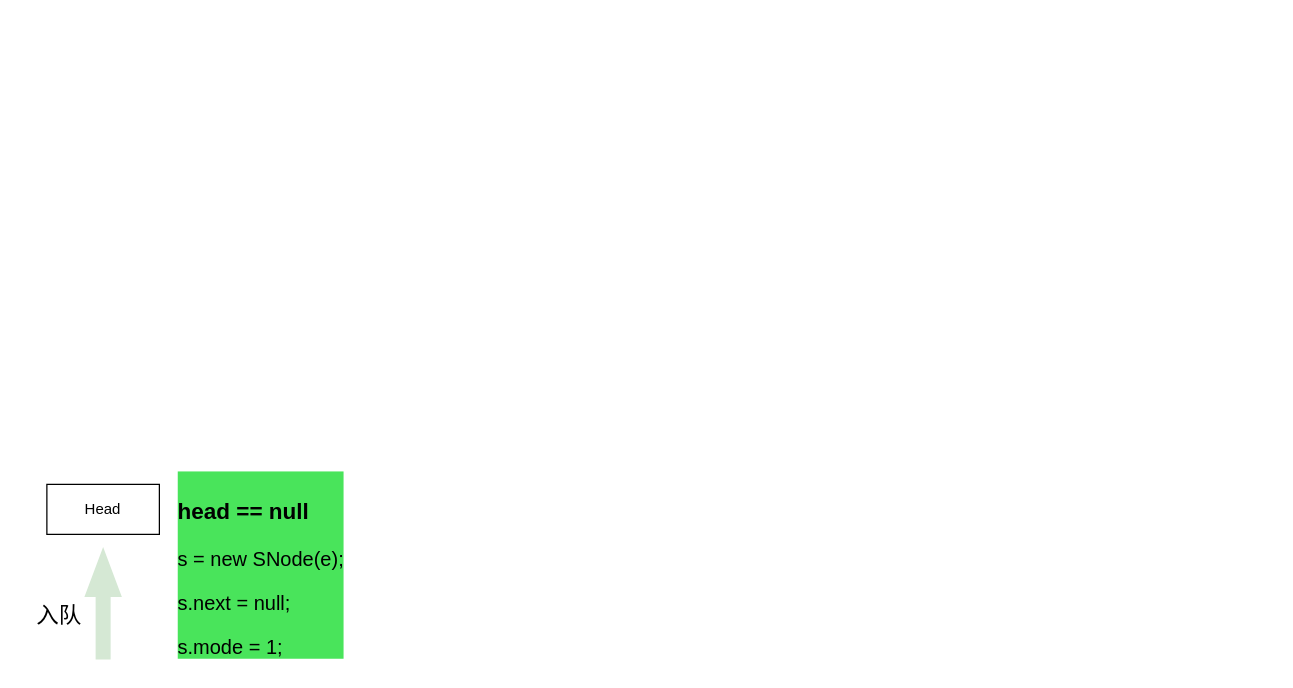
This is 流程画图/SynchronousQueue.drawio from yuannp/workspace, a draw.io file, before an edit. Source tidied: cells renumbered, new cells numbered last; positions are measured from the earlier drawing's top-left corner, leaving out a move shared by most shapes. Both pictures are drawn from the tidied source at 125%, with x=0, y=0 at pixel (21, 484).
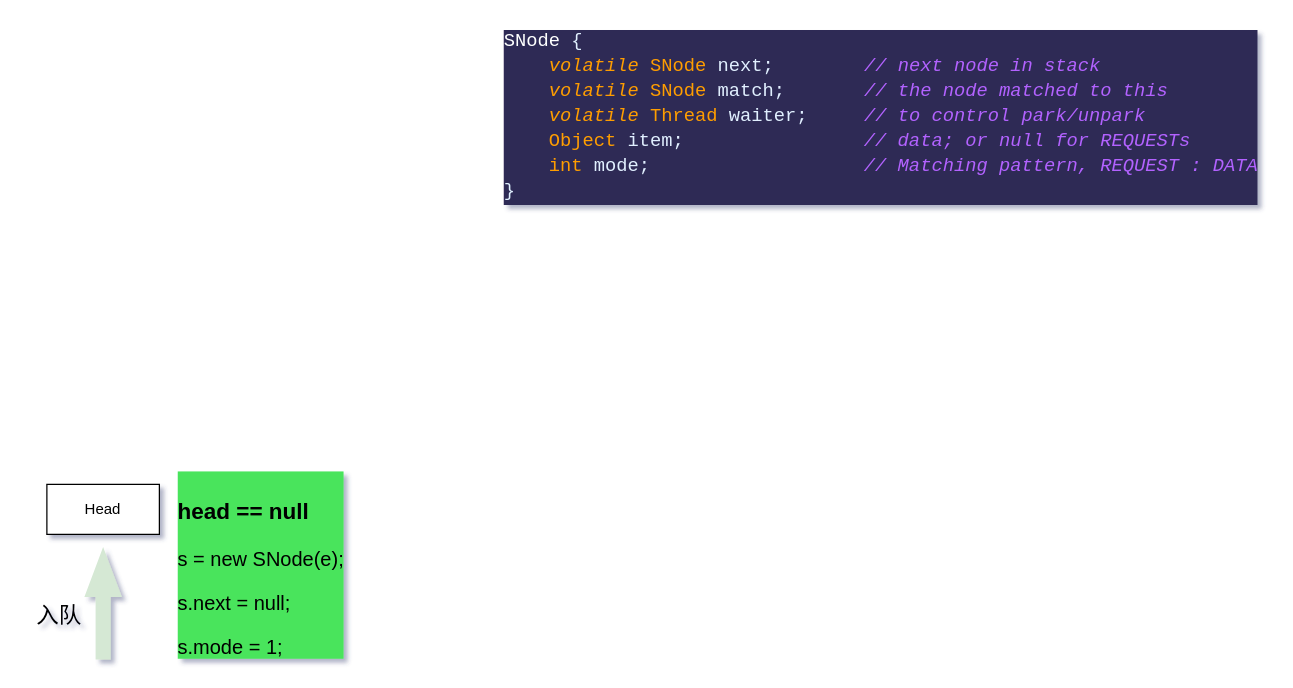
The same diagram, later.

Change to the diagram source:
```diff
@@
-<mxGraphModel>
+<mxGraphModel shadow="1">
   <root>
     <mxCell id="0" />
     <mxCell id="1" parent="0" />
     <mxCell id="2" value="Head" style="rounded=0;whiteSpace=wrap;html=1;" parent="1" vertex="1">
       <mxGeometry x="20" width="90" height="40" as="geometry" />
     </mxCell>
     <mxCell id="3" style="html=1;shadow=0;dashed=0;align=center;verticalAlign=middle;shape=mxgraph.arrows2.arrow;dy=0.6;dx=40;direction=north;notch=0;fillColor=#d5e8d4;strokeColor=none;" parent="1" vertex="1">
       <mxGeometry x="50" y="50" width="30" height="90" as="geometry" />
     </mxCell>
     <mxCell id="4" value="&lt;font style=&quot;font-size: 18px;&quot;&gt;入队&lt;/font&gt;" style="text;html=1;strokeColor=none;fillColor=none;align=center;verticalAlign=middle;whiteSpace=wrap;rounded=0;" parent="1" vertex="1">
       <mxGeometry y="90" width="60" height="30" as="geometry" />
     </mxCell>
     <mxCell id="5" value="&lt;h1&gt;&lt;font style=&quot;font-size: 18px;&quot;&gt;head == null&lt;/font&gt;&lt;/h1&gt;&lt;p style=&quot;font-size: 16px;&quot;&gt;&lt;font style=&quot;font-size: 16px;&quot;&gt;s = new SNode(e);&lt;/font&gt;&lt;/p&gt;&lt;p style=&quot;font-size: 16px;&quot;&gt;&lt;font style=&quot;font-size: 16px;&quot;&gt;s.next = null;&lt;/font&gt;&lt;/p&gt;&lt;p style=&quot;font-size: 16px;&quot;&gt;&lt;font style=&quot;font-size: 16px;&quot;&gt;s.mode = 1;&lt;/font&gt;&lt;/p&gt;" style="text;html=1;strokeColor=none;fillColor=none;spacing=5;spacingTop=-20;whiteSpace=wrap;overflow=hidden;rounded=0;labelBackgroundColor=#49e45b;" parent="1" vertex="1">
       <mxGeometry x="120" width="190" height="140" as="geometry" />
     </mxCell>
+    <mxCell id="6" value="&lt;div style=&quot;color: rgb(255, 255, 255); background-color: rgb(45, 43, 85); font-family: &amp;quot;JetBrainsMono NFM&amp;quot;, Consolas, &amp;quot;Courier New&amp;quot;, monospace; font-weight: normal; font-size: 15px; line-height: 20px;&quot;&gt;&lt;span style=&quot;&quot;&gt;SNode &lt;/span&gt;&lt;span style=&quot;color: rgb(225, 239, 255);&quot;&gt;{&lt;/span&gt;&lt;span style=&quot;color: #ffffff;&quot;&gt;&lt;br&gt;&lt;/span&gt;&lt;/div&gt;&lt;div style=&quot;color: rgb(255, 255, 255); background-color: rgb(45, 43, 85); font-family: &amp;quot;JetBrainsMono NFM&amp;quot;, Consolas, &amp;quot;Courier New&amp;quot;, monospace; font-size: 15px; line-height: 20px;&quot;&gt;&lt;div&gt;&amp;nbsp; &amp;nbsp; &lt;span style=&quot;color: #ff9d00;font-style: italic;&quot;&gt;volatile&lt;/span&gt; &lt;span style=&quot;color: #ff9d00;&quot;&gt;SNode&lt;/span&gt;&lt;span style=&quot;color: #9effff;&quot;&gt; &lt;/span&gt;&lt;span style=&quot;color: #e1efff;&quot;&gt;next;&lt;/span&gt; &amp;nbsp; &amp;nbsp; &amp;nbsp; &amp;nbsp;&lt;span style=&quot;color: #b362ff;font-style: italic;&quot;&gt;// next node in stack&lt;/span&gt;&lt;/div&gt;&lt;div&gt;&amp;nbsp; &amp;nbsp; &lt;span style=&quot;color: #ff9d00;font-style: italic;&quot;&gt;volatile&lt;/span&gt; &lt;span style=&quot;color: #ff9d00;&quot;&gt;SNode&lt;/span&gt;&lt;span style=&quot;color: #9effff;&quot;&gt; &lt;/span&gt;&lt;span style=&quot;color: #e1efff;&quot;&gt;match;&lt;/span&gt; &amp;nbsp; &amp;nbsp; &amp;nbsp; &lt;span style=&quot;color: #b362ff;font-style: italic;&quot;&gt;// the node matched to this&lt;/span&gt;&lt;/div&gt;&lt;div&gt;&amp;nbsp; &amp;nbsp; &lt;span style=&quot;color: #ff9d00;font-style: italic;&quot;&gt;volatile&lt;/span&gt; &lt;span style=&quot;color: #ff9d00;&quot;&gt;Thread&lt;/span&gt;&lt;span style=&quot;color: #9effff;&quot;&gt; &lt;/span&gt;&lt;span style=&quot;color: #e1efff;&quot;&gt;waiter;&lt;/span&gt; &amp;nbsp; &amp;nbsp; &lt;span style=&quot;color: #b362ff;font-style: italic;&quot;&gt;// to control park/unpark&lt;/span&gt;&lt;/div&gt;&lt;div&gt;&amp;nbsp; &amp;nbsp; &lt;span style=&quot;color: #ff9d00;&quot;&gt;Object&lt;/span&gt;&lt;span style=&quot;color: #9effff;&quot;&gt; &lt;/span&gt;&lt;span style=&quot;color: #e1efff;&quot;&gt;item;&lt;/span&gt; &amp;nbsp; &amp;nbsp; &amp;nbsp; &amp;nbsp; &amp;nbsp; &amp;nbsp; &amp;nbsp; &amp;nbsp;&lt;span style=&quot;color: #b362ff;font-style: italic;&quot;&gt;// data; or null for REQUESTs&lt;/span&gt;&lt;/div&gt;&lt;div&gt;&amp;nbsp; &amp;nbsp; &lt;span style=&quot;color: #ff9d00;&quot;&gt;int&lt;/span&gt;&lt;span style=&quot;color: #9effff;&quot;&gt; &lt;/span&gt;&lt;span style=&quot;color: #e1efff;&quot;&gt;mode;&lt;/span&gt; &amp;nbsp; &amp;nbsp; &amp;nbsp; &amp;nbsp; &amp;nbsp; &amp;nbsp; &amp;nbsp; &amp;nbsp; &amp;nbsp; &lt;span style=&quot;color: #b362ff;font-style: italic;&quot;&gt;// Matching pattern, REQUEST : DATA&lt;/span&gt;&lt;/div&gt;&lt;div&gt;&lt;span style=&quot;color: #e1efff;&quot;&gt;}&lt;/span&gt;&lt;/div&gt;&lt;/div&gt;" style="text;whiteSpace=wrap;html=1;" parent="1" vertex="1">
+      <mxGeometry x="384" y="-370" width="610" height="150" as="geometry" />
+    </mxCell>
   </root>
 </mxGraphModel>
```
